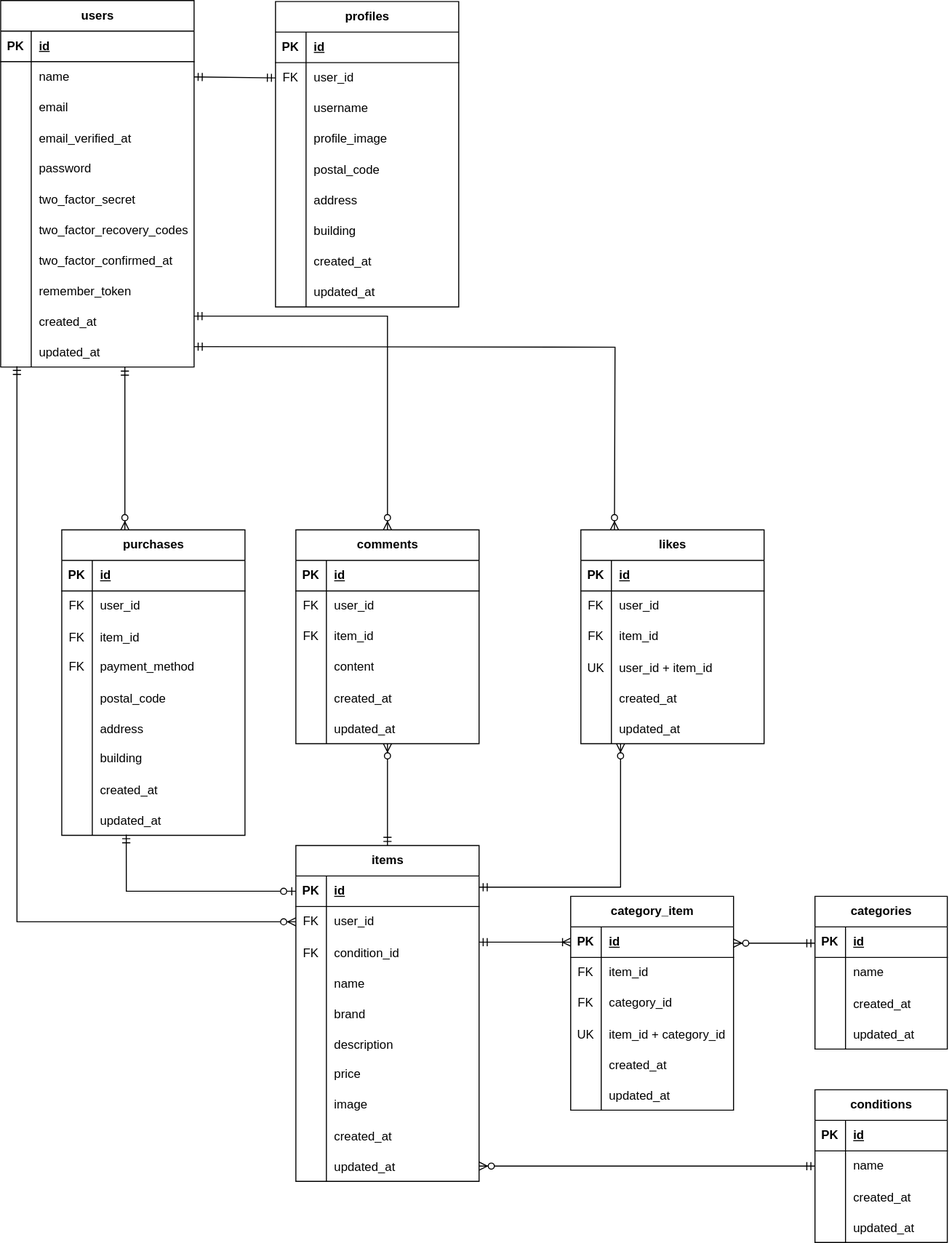
Before: src/public/erd.svg, a diagram exported from draw.io (EriEndo/mock-marketplace-app). Source tidied: cells renumbered, new cells last; positions are measured from the earlier drawing's top-left corner, leaving out a move shared by most shapes.
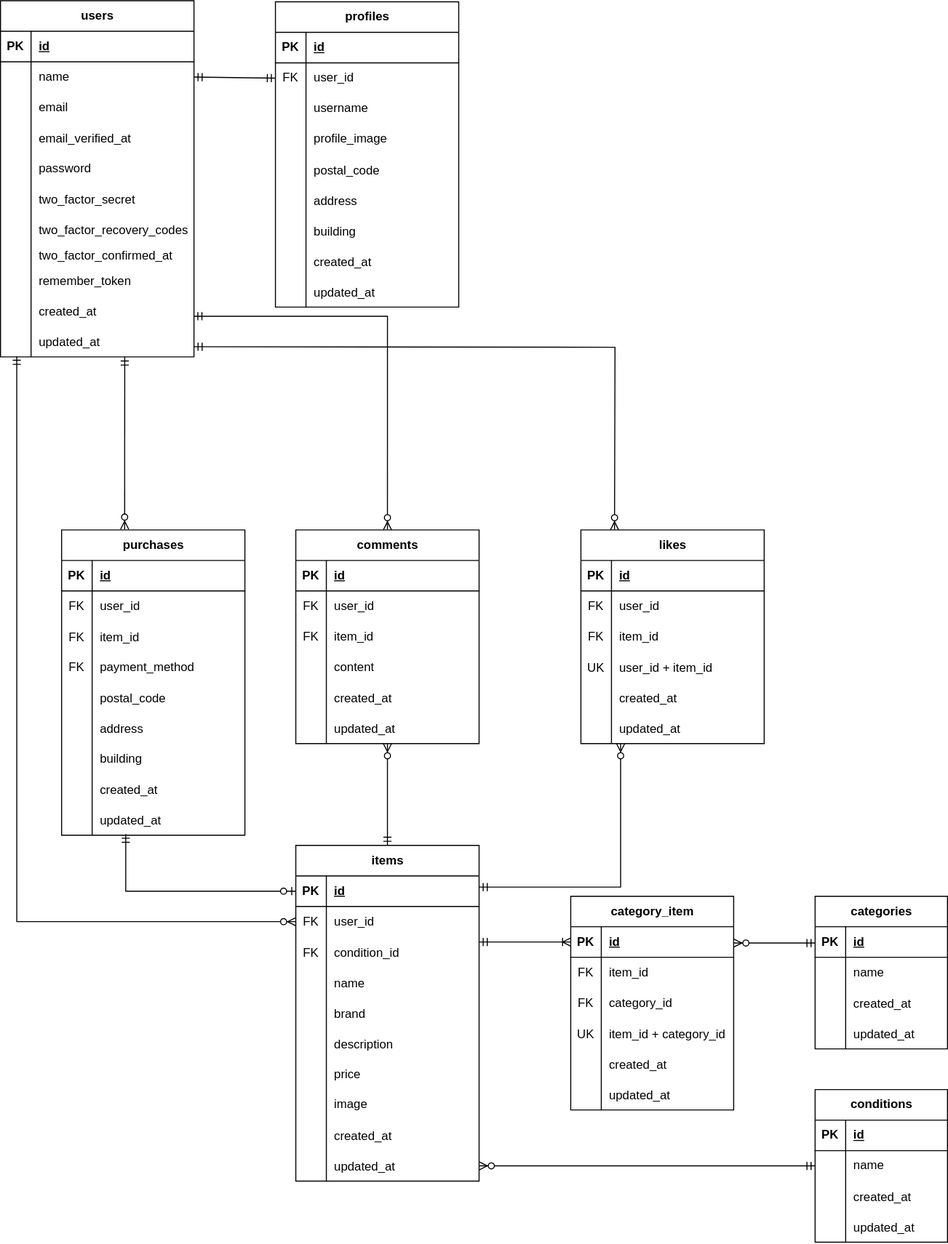
After the change.

Diff of the diagram source:
```diff
@@ -96,7 +96,7 @@
       <mxGeometry x="30" width="150" height="30" as="geometry" />
     </mxCell>
     <mxCell id="33" value="users" style="shape=table;startSize=30;rowLines=0;fontStyle=1;align=center;html=1;rounded=0;" parent="1" vertex="1">
-      <mxGeometry width="190" height="360" as="geometry" />
+      <mxGeometry width="190" height="350" as="geometry" />
     </mxCell>
     <mxCell id="34" style="shape=tableRow;horizontal=0;startSize=0;swimlaneHead=0;swimlaneBody=0;fillColor=none;top=0;left=0;right=0;bottom=1;rounded=0;" parent="33" vertex="1">
       <mxGeometry y="30" width="190" height="30" as="geometry" />
@@ -162,16 +162,16 @@
       <mxGeometry x="30" width="160" height="30" as="geometry" />
     </mxCell>
     <mxCell id="55" style="shape=tableRow;horizontal=0;startSize=0;swimlaneHead=0;swimlaneBody=0;fillColor=none;top=0;left=0;right=0;bottom=0;" parent="33" vertex="1">
-      <mxGeometry y="240" width="190" height="30" as="geometry" />
+      <mxGeometry y="240" width="190" height="20" as="geometry" />
     </mxCell>
     <mxCell id="56" style="shape=partialRectangle;fillColor=none;top=0;left=0;bottom=0;right=0;overflow=hidden;" parent="55" vertex="1">
-      <mxGeometry width="30" height="30" as="geometry" />
+      <mxGeometry width="30" height="20" as="geometry" />
     </mxCell>
     <mxCell id="57" value="two_factor_confirmed_at" style="shape=partialRectangle;fillColor=none;top=0;left=0;bottom=0;right=0;align=left;spacingLeft=6;overflow=hidden;" parent="55" vertex="1">
-      <mxGeometry x="30" width="160" height="30" as="geometry" />
+      <mxGeometry x="30" width="160" height="20" as="geometry" />
     </mxCell>
     <mxCell id="58" style="shape=tableRow;horizontal=0;startSize=0;swimlaneHead=0;swimlaneBody=0;fillColor=none;top=0;left=0;right=0;bottom=0;" parent="33" vertex="1">
-      <mxGeometry y="270" width="190" height="30" as="geometry" />
+      <mxGeometry y="260" width="190" height="30" as="geometry" />
     </mxCell>
     <mxCell id="59" style="shape=partialRectangle;fillColor=none;top=0;left=0;bottom=0;right=0;overflow=hidden;" parent="58" vertex="1">
       <mxGeometry width="30" height="30" as="geometry" />
@@ -180,7 +180,7 @@
       <mxGeometry x="30" width="160" height="30" as="geometry" />
     </mxCell>
     <mxCell id="61" style="shape=tableRow;horizontal=0;startSize=0;swimlaneHead=0;swimlaneBody=0;fillColor=none;top=0;left=0;right=0;bottom=0;" parent="33" vertex="1">
-      <mxGeometry y="300" width="190" height="30" as="geometry" />
+      <mxGeometry y="290" width="190" height="30" as="geometry" />
     </mxCell>
     <mxCell id="62" style="shape=partialRectangle;fillColor=none;top=0;left=0;bottom=0;right=0;overflow=hidden;" parent="61" vertex="1">
       <mxGeometry width="30" height="30" as="geometry" />
@@ -189,7 +189,7 @@
       <mxGeometry x="30" width="160" height="30" as="geometry" />
     </mxCell>
     <mxCell id="64" style="shape=tableRow;horizontal=0;startSize=0;swimlaneHead=0;swimlaneBody=0;fillColor=none;points=[[0,0.5],[1,0.5]];portConstraint=eastwest;top=0;left=0;right=0;bottom=0;" parent="33" vertex="1">
-      <mxGeometry y="330" width="190" height="30" as="geometry" />
+      <mxGeometry y="320" width="190" height="30" as="geometry" />
     </mxCell>
     <mxCell id="65" style="shape=partialRectangle;fillColor=none;top=0;left=0;bottom=0;right=0;overflow=hidden;" parent="64" vertex="1">
       <mxGeometry width="30" height="30" as="geometry" />
@@ -481,10 +481,9 @@
         </Array>
       </mxGeometry>
     </mxCell>
-    <mxCell id="160" style="fontSize=12;html=1;endArrow=ERzeroToMany;startArrow=ERmandOne;rounded=0;" parent="1" edge="1">
+    <mxCell id="160" style="fontSize=12;html=1;endArrow=ERzeroToMany;startArrow=ERmandOne;rounded=0;entryX=0.344;entryY=-0.002;entryDx=0;entryDy=0;entryPerimeter=0;" parent="1" edge="1" target="105">
       <mxGeometry relative="1" as="geometry">
-        <mxPoint x="122" y="360" as="sourcePoint" />
-        <mxPoint x="122" y="520" as="targetPoint" />
+        <mxPoint x="122" y="350" as="sourcePoint" />
       </mxGeometry>
     </mxCell>
     <mxCell id="161" style="fontSize=12;html=1;endArrow=ERzeroToMany;startArrow=ERmandOne;exitX=0;exitY=0.5;exitDx=0;exitDy=0;entryX=1;entryY=0.5;entryDx=0;entryDy=0;rounded=0;" parent="1" edge="1" source="146" target="30">
@@ -521,8 +520,9 @@
         <mxPoint x="720" y="926" as="targetPoint" />
       </mxGeometry>
     </mxCell>
-    <mxCell id="167" style="edgeStyle=orthogonalEdgeStyle;fontSize=12;html=1;endArrow=ERzeroToOne;startArrow=ERmandOne;elbow=vertical;rounded=0;entryX=0;entryY=0.5;entryDx=0;entryDy=0;exitX=0.352;exitY=0.978;exitDx=0;exitDy=0;exitPerimeter=0;" parent="1" edge="1" source="130" target="3">
+    <mxCell id="167" style="edgeStyle=orthogonalEdgeStyle;fontSize=12;html=1;endArrow=ERzeroToOne;startArrow=ERmandOne;elbow=vertical;rounded=0;entryX=0;entryY=0.5;entryDx=0;entryDy=0;" parent="1" edge="1" target="3">
       <mxGeometry relative="1" as="geometry">
+        <mxPoint x="123" y="819" as="sourcePoint" />
         <Array as="points">
           <mxPoint x="123" y="875" />
         </Array>
```
